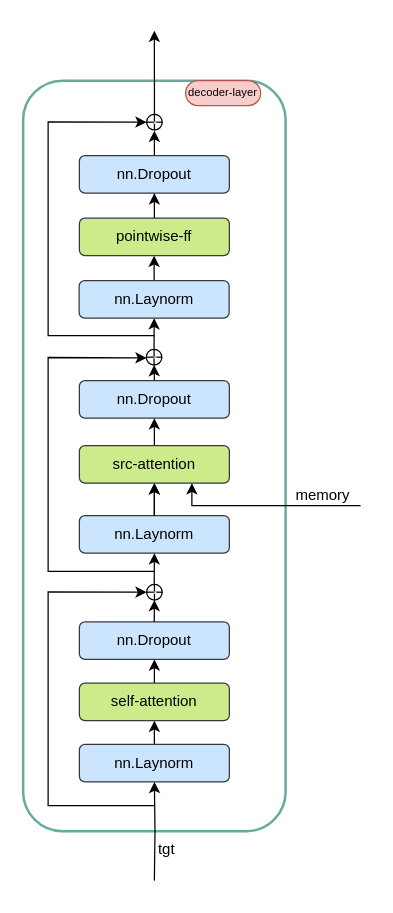
The draw.io diagram page "decoder" (8 of 10) of paraformer.drawio in MXuer/draw-e2e-arch, before the edit. Source tidied: cells renumbered, new cells numbered last; positions are measured from the earlier drawing's top-left corner, leaving out a move shared by most shapes. Both pictures are drawn from the tidied source at 125%, with x=0, y=0 at pixel (22, 30).
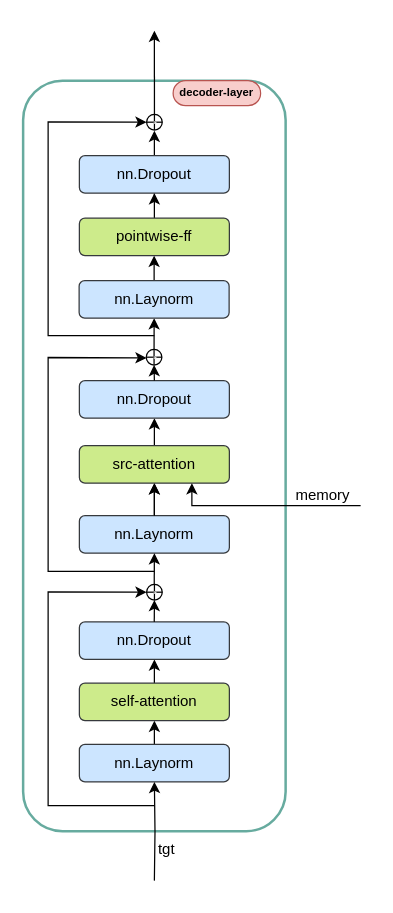
The same diagram, later.

Diff of the diagram source:
```diff
@@
-    <mxCell id="35" value="decoder-layer" style="rounded=1;whiteSpace=wrap;html=1;shadow=0;glass=0;sketch=0;strokeColor=#b85450;fillColor=#f8cecc;fontSize=9;arcSize=50;" parent="1" vertex="1">
-      <mxGeometry x="130" y="40" width="60" height="20" as="geometry" />
+    <mxCell id="35" value="decoder-layer" style="rounded=1;whiteSpace=wrap;html=1;shadow=0;glass=0;sketch=0;strokeColor=#b85450;fillColor=#f8cecc;fontSize=9;arcSize=50;fontStyle=1;" parent="1" vertex="1">
+      <mxGeometry x="120" y="40" width="70" height="20" as="geometry" />
     </mxCell>
```
